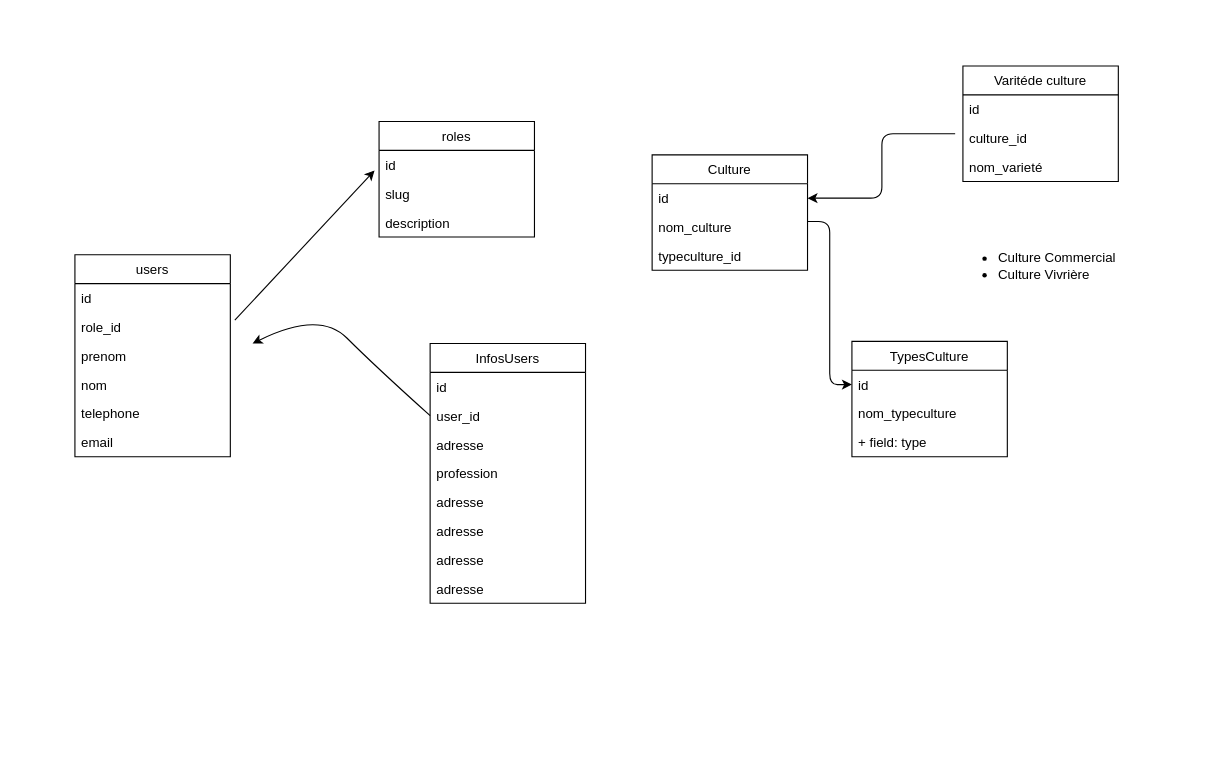
The draw.io diagram page "Main" (1 of 2) of resources/Modeling/database.drawio in ollaidpn/KilimoWeb-senagri, before the edit. Source tidied: cells renumbered, new cells numbered last; positions are measured from the earlier drawing's top-left corner, leaving out a move shared by most shapes. Both pictures are drawn from the tidied source at 111%, with x=0, y=0 at pixel (74, 65).
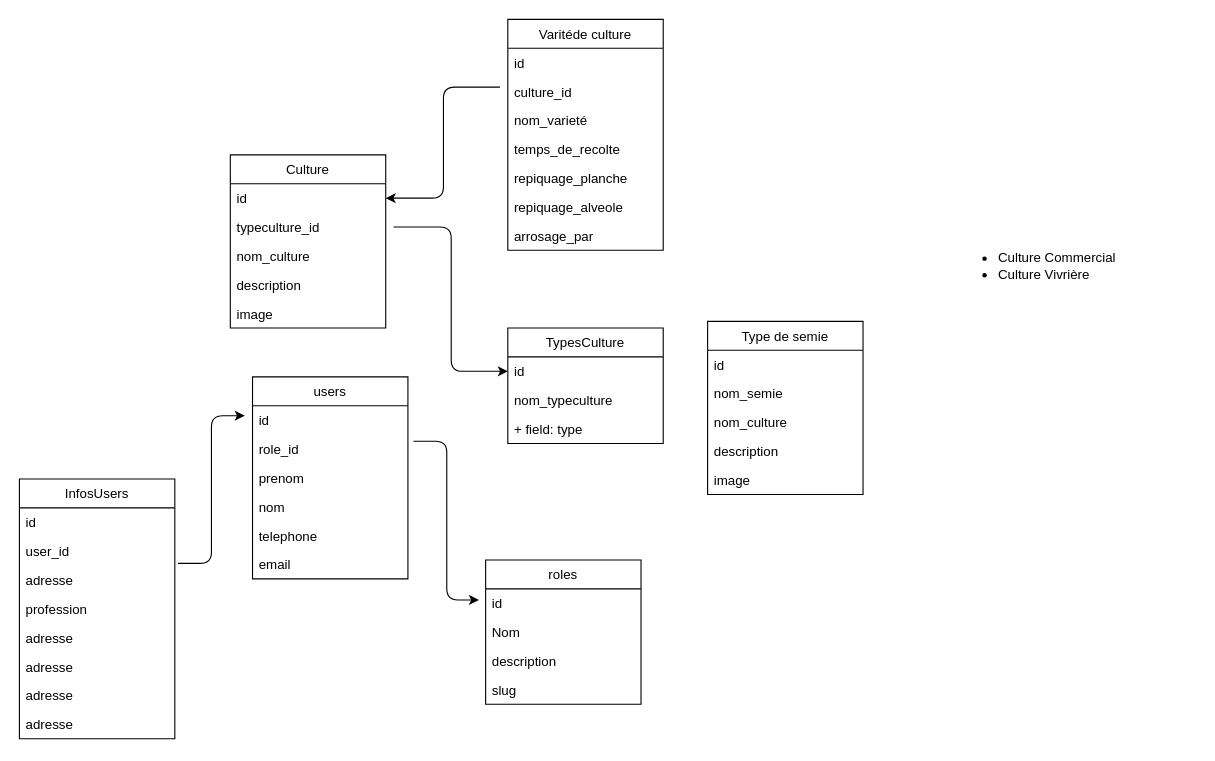
Above is the later version.

Commit message (it also covers changes not shown here):
Admin (Frontend layout admin - Module Culture )

The change refers to these unchanged cells:
```xml
<mxCell id="3" value="id" style="text;strokeColor=none;fillColor=none;align=left;verticalAlign=top;spacingLeft=4;spacingRight=4;overflow=hidden;points=[[0,0.5],[1,0.5]];portConstraint=eastwest;" parent="2" vertex="1">
  <mxGeometry y="26" width="140" height="26" as="geometry" />
</mxCell>
<mxCell id="4" value="role_id" style="text;strokeColor=none;fillColor=none;align=left;verticalAlign=top;spacingLeft=4;spacingRight=4;overflow=hidden;points=[[0,0.5],[1,0.5]];portConstraint=eastwest;" parent="2" vertex="1">
  <mxGeometry y="52" width="140" height="26" as="geometry" />
</mxCell>
<mxCell id="10" value="id" style="text;strokeColor=none;fillColor=none;align=left;verticalAlign=top;spacingLeft=4;spacingRight=4;overflow=hidden;points=[[0,0.5],[1,0.5]];portConstraint=eastwest;" parent="9" vertex="1">
  <mxGeometry y="26" width="140" height="26" as="geometry" />
</mxCell>
<mxCell id="16" value="user_id" style="text;strokeColor=none;fillColor=none;align=left;verticalAlign=top;spacingLeft=4;spacingRight=4;overflow=hidden;points=[[0,0.5],[1,0.5]];portConstraint=eastwest;" parent="14" vertex="1">
  <mxGeometry y="52" width="140" height="26" as="geometry" />
</mxCell>
<mxCell id="29" value="id" style="text;strokeColor=none;fillColor=none;align=left;verticalAlign=top;spacingLeft=4;spacingRight=4;overflow=hidden;points=[[0,0.5],[1,0.5]];portConstraint=eastwest;" parent="28" vertex="1">
  <mxGeometry y="26" width="140" height="26" as="geometry" />
</mxCell>
```

What changed in the source:
```diff
@@
     <mxCell id="2" value="users" style="swimlane;fontStyle=0;horizontal=1;startSize=26;fillColor=none;" parent="1" vertex="1">
-      <mxGeometry y="170" width="140" height="182" as="geometry" />
+      <mxGeometry x="160" y="280" width="140" height="182" as="geometry" />
     </mxCell>
@@
     <mxCell id="9" value="roles" style="swimlane;fontStyle=0;horizontal=1;startSize=26;fillColor=none;" parent="1" vertex="1">
-      <mxGeometry x="274" y="50" width="140" height="104" as="geometry" />
+      <mxGeometry x="370" y="445" width="140" height="130" as="geometry" />
     </mxCell>
@@
+    <mxCell id="39" value="Nom" style="text;strokeColor=none;fillColor=none;align=left;verticalAlign=top;spacingLeft=4;spacingRight=4;overflow=hidden;" parent="9" vertex="1">
+      <mxGeometry y="52" width="140" height="26" as="geometry" />
+    </mxCell>
+    <mxCell id="12" value="description" style="text;strokeColor=none;fillColor=none;align=left;verticalAlign=top;spacingLeft=4;spacingRight=4;overflow=hidden;" parent="9" vertex="1">
+      <mxGeometry y="78" width="140" height="26" as="geometry" />
+    </mxCell>
     <mxCell id="11" value="slug" style="text;strokeColor=none;fillColor=none;align=left;verticalAlign=top;spacingLeft=4;spacingRight=4;overflow=hidden;points=[[0,0.5],[1,0.5]];portConstraint=eastwest;" parent="9" vertex="1">
-      <mxGeometry y="52" width="140" height="26" as="geometry" />
+      <mxGeometry y="104" width="140" height="26" as="geometry" />
     </mxCell>
-    <mxCell id="12" value="description" style="text;strokeColor=none;fillColor=none;align=left;verticalAlign=top;spacingLeft=4;spacingRight=4;overflow=hidden;" parent="9" vertex="1">
-      <mxGeometry y="78" width="140" height="26" as="geometry" />
-    </mxCell>
-    <mxCell id="13" style="endArrow=classic;html=1;exitX=1.029;exitY=0.269;exitDx=0;exitDy=0;exitPerimeter=0;entryX=-0.029;entryY=-0.308;entryDx=0;entryDy=0;entryPerimeter=0;" parent="1" edge="1" source="4" target="11">
-      <mxGeometry relative="1" as="geometry" />
-    </mxCell>
     <mxCell id="14" value="InfosUsers" style="swimlane;fontStyle=0;horizontal=1;startSize=26;fillColor=none;" parent="1" vertex="1">
-      <mxGeometry x="320" y="250" width="140" height="234" as="geometry" />
+      <mxGeometry x="-50" y="372" width="140" height="234" as="geometry" />
     </mxCell>
@@
-    <mxCell id="23" style="curved=1;endArrow=classic;html=1;exitX=0;exitY=0.5;exitDx=0;exitDy=0;" parent="1" edge="1" source="16">
-      <mxGeometry relative="1" as="geometry">
-        <mxPoint x="160" y="250" as="targetPoint" />
-        <Array as="points">
-          <mxPoint x="270" y="270" />
-          <mxPoint x="220" y="220" />
-        </Array>
-      </mxGeometry>
-    </mxCell>
     <mxCell id="24" value="Varitéde culture" style="swimlane;fontStyle=0;horizontal=1;startSize=26;fillColor=none;" parent="1" vertex="1">
-      <mxGeometry x="800" width="140" height="104" as="geometry" />
+      <mxGeometry x="390" y="-42" width="140" height="208" as="geometry" />
     </mxCell>
@@
+    <mxCell id="40" value="temps_de_recolte" style="text;strokeColor=none;fillColor=none;align=left;verticalAlign=top;spacingLeft=4;spacingRight=4;overflow=hidden;" parent="24" vertex="1">
+      <mxGeometry y="104" width="140" height="26" as="geometry" />
+    </mxCell>
+    <mxCell id="41" value="repiquage_planche" style="text;strokeColor=none;fillColor=none;align=left;verticalAlign=top;spacingLeft=4;spacingRight=4;overflow=hidden;" parent="24" vertex="1">
+      <mxGeometry y="130" width="140" height="26" as="geometry" />
+    </mxCell>
+    <mxCell id="42" value="repiquage_alveole" style="text;strokeColor=none;fillColor=none;align=left;verticalAlign=top;spacingLeft=4;spacingRight=4;overflow=hidden;" parent="24" vertex="1">
+      <mxGeometry y="156" width="140" height="26" as="geometry" />
+    </mxCell>
+    <mxCell id="43" value="arrosage_par" style="text;strokeColor=none;fillColor=none;align=left;verticalAlign=top;spacingLeft=4;spacingRight=4;overflow=hidden;" parent="24" vertex="1">
+      <mxGeometry y="182" width="140" height="26" as="geometry" />
+    </mxCell>
     <mxCell id="28" value="TypesCulture" style="swimlane;fontStyle=0;horizontal=1;startSize=26;fillColor=none;" parent="1" vertex="1">
-      <mxGeometry x="700" y="248" width="140" height="104" as="geometry" />
+      <mxGeometry x="390" y="236" width="140" height="104" as="geometry" />
     </mxCell>
@@
-    <mxCell id="32" style="edgeStyle=elbowEdgeStyle;elbow=horizontal;endArrow=classic;html=1;entryX=0;entryY=0.5;entryDx=0;entryDy=0;" parent="1" edge="1" target="29">
-      <mxGeometry relative="1" as="geometry">
-        <mxPoint x="660" y="140" as="sourcePoint" />
-      </mxGeometry>
+    <mxCell id="32" style="edgeStyle=elbowEdgeStyle;elbow=horizontal;endArrow=classic;html=1;entryX=0;entryY=0.5;entryDx=0;entryDy=0;exitX=1.05;exitY=0.5;exitDx=0;exitDy=0;exitPerimeter=0;" parent="1" edge="1" source="37" target="29">
+      <mxGeometry relative="1" as="geometry" />
     </mxCell>
@@
     <mxCell id="34" value="Culture" style="swimlane;fontStyle=0;horizontal=1;startSize=26;fillColor=none;" parent="1" vertex="1">
-      <mxGeometry x="520" y="80" width="140" height="104" as="geometry" />
+      <mxGeometry x="140" y="80" width="140" height="156" as="geometry" />
     </mxCell>
@@
+    <mxCell id="37" value="typeculture_id" style="text;strokeColor=none;fillColor=none;align=left;verticalAlign=top;spacingLeft=4;spacingRight=4;overflow=hidden;points=[[0,0.5],[1,0.5]];portConstraint=eastwest;" parent="34" vertex="1">
+      <mxGeometry y="52" width="140" height="26" as="geometry" />
+    </mxCell>
     <mxCell id="36" value="nom_culture" style="text;strokeColor=none;fillColor=none;align=left;verticalAlign=top;spacingLeft=4;spacingRight=4;overflow=hidden;" parent="34" vertex="1">
-      <mxGeometry y="52" width="140" height="26" as="geometry" />
+      <mxGeometry y="78" width="140" height="26" as="geometry" />
     </mxCell>
-    <mxCell id="37" value="typeculture_id" style="text;strokeColor=none;fillColor=none;align=left;verticalAlign=top;spacingLeft=4;spacingRight=4;overflow=hidden;points=[[0,0.5],[1,0.5]];portConstraint=eastwest;" parent="34" vertex="1">
-      <mxGeometry y="78" width="140" height="26" as="geometry" />
-    </mxCell>
+    <mxCell id="44" value="description" style="text;strokeColor=none;fillColor=none;align=left;verticalAlign=top;spacingLeft=4;spacingRight=4;overflow=hidden;" parent="34" vertex="1">
+      <mxGeometry y="104" width="140" height="26" as="geometry" />
+    </mxCell>
+    <mxCell id="45" value="image" style="text;strokeColor=none;fillColor=none;align=left;verticalAlign=top;spacingLeft=4;spacingRight=4;overflow=hidden;" parent="34" vertex="1">
+      <mxGeometry y="130" width="140" height="26" as="geometry" />
+    </mxCell>
@@
+    <mxCell id="46" style="edgeStyle=elbowEdgeStyle;elbow=horizontal;endArrow=classic;html=1;entryX=-0.05;entryY=0.346;entryDx=0;entryDy=0;entryPerimeter=0;exitX=1.021;exitY=0.923;exitDx=0;exitDy=0;exitPerimeter=0;" parent="1" edge="1" source="16" target="3">
+      <mxGeometry relative="1" as="geometry" />
+    </mxCell>
+    <mxCell id="47" style="edgeStyle=elbowEdgeStyle;elbow=horizontal;endArrow=classic;html=1;exitX=1.036;exitY=0.231;exitDx=0;exitDy=0;exitPerimeter=0;entryX=-0.043;entryY=0.385;entryDx=0;entryDy=0;entryPerimeter=0;" parent="1" edge="1" source="4" target="10">
+      <mxGeometry relative="1" as="geometry" />
+    </mxCell>
+    <mxCell id="48" value="Type de semie" style="swimlane;fontStyle=0;horizontal=1;startSize=26;fillColor=none;" parent="1" vertex="1">
+      <mxGeometry x="570" y="230" width="140" height="156" as="geometry" />
+    </mxCell>
+    <mxCell id="49" value="id" style="text;strokeColor=none;fillColor=none;align=left;verticalAlign=top;spacingLeft=4;spacingRight=4;overflow=hidden;" parent="48" vertex="1">
+      <mxGeometry y="26" width="140" height="26" as="geometry" />
+    </mxCell>
+    <mxCell id="50" value="nom_semie" style="text;strokeColor=none;fillColor=none;align=left;verticalAlign=top;spacingLeft=4;spacingRight=4;overflow=hidden;" parent="48" vertex="1">
+      <mxGeometry y="52" width="140" height="26" as="geometry" />
+    </mxCell>
+    <mxCell id="51" value="nom_culture" style="text;strokeColor=none;fillColor=none;align=left;verticalAlign=top;spacingLeft=4;spacingRight=4;overflow=hidden;" parent="48" vertex="1">
+      <mxGeometry y="78" width="140" height="26" as="geometry" />
+    </mxCell>
+    <mxCell id="52" value="description" style="text;strokeColor=none;fillColor=none;align=left;verticalAlign=top;spacingLeft=4;spacingRight=4;overflow=hidden;" parent="48" vertex="1">
+      <mxGeometry y="104" width="140" height="26" as="geometry" />
+    </mxCell>
+    <mxCell id="53" value="image" style="text;strokeColor=none;fillColor=none;align=left;verticalAlign=top;spacingLeft=4;spacingRight=4;overflow=hidden;" parent="48" vertex="1">
+      <mxGeometry y="130" width="140" height="26" as="geometry" />
+    </mxCell>
```
